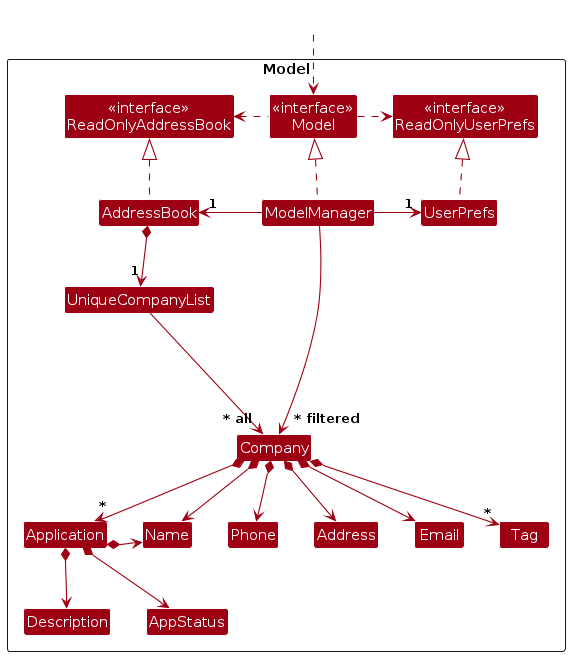
Above: diagrams/ModelClassDiagram.png in AY2425S1-CS2103T-T09-1/tp (PlantUML), before the change. Its source is kept beside it as diagrams/ModelClassDiagram.puml.
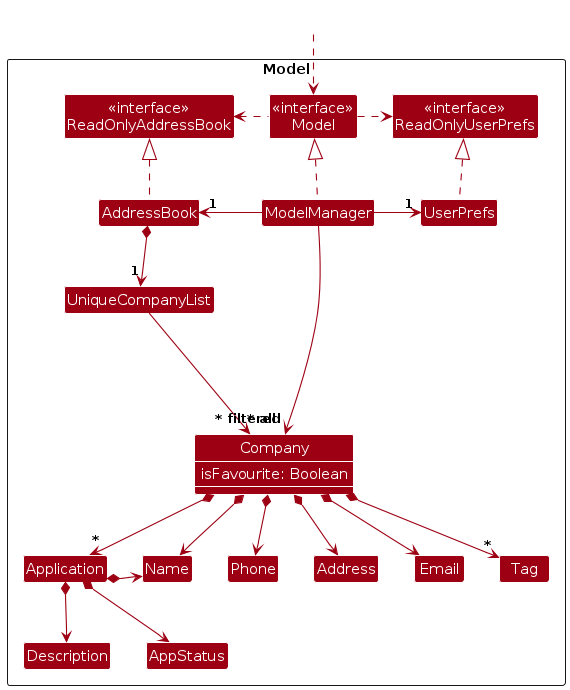
After the change.

Diff of the diagram source:
```diff
@@ -13,7 +13,9 @@
 Class UserPrefs
 
 Class UniqueCompanyList
-Class Company
+Class Company {
+    isFavourite: Boolean
+}
 Class Address
 Class Email
 Class Phone
@@ -29,6 +31,7 @@
 }
 
 Class HiddenOutside #FFFFFF
+show Company members
 HiddenOutside ..> Model
 
 AddressBook .up.|> ReadOnlyAddressBook
```
